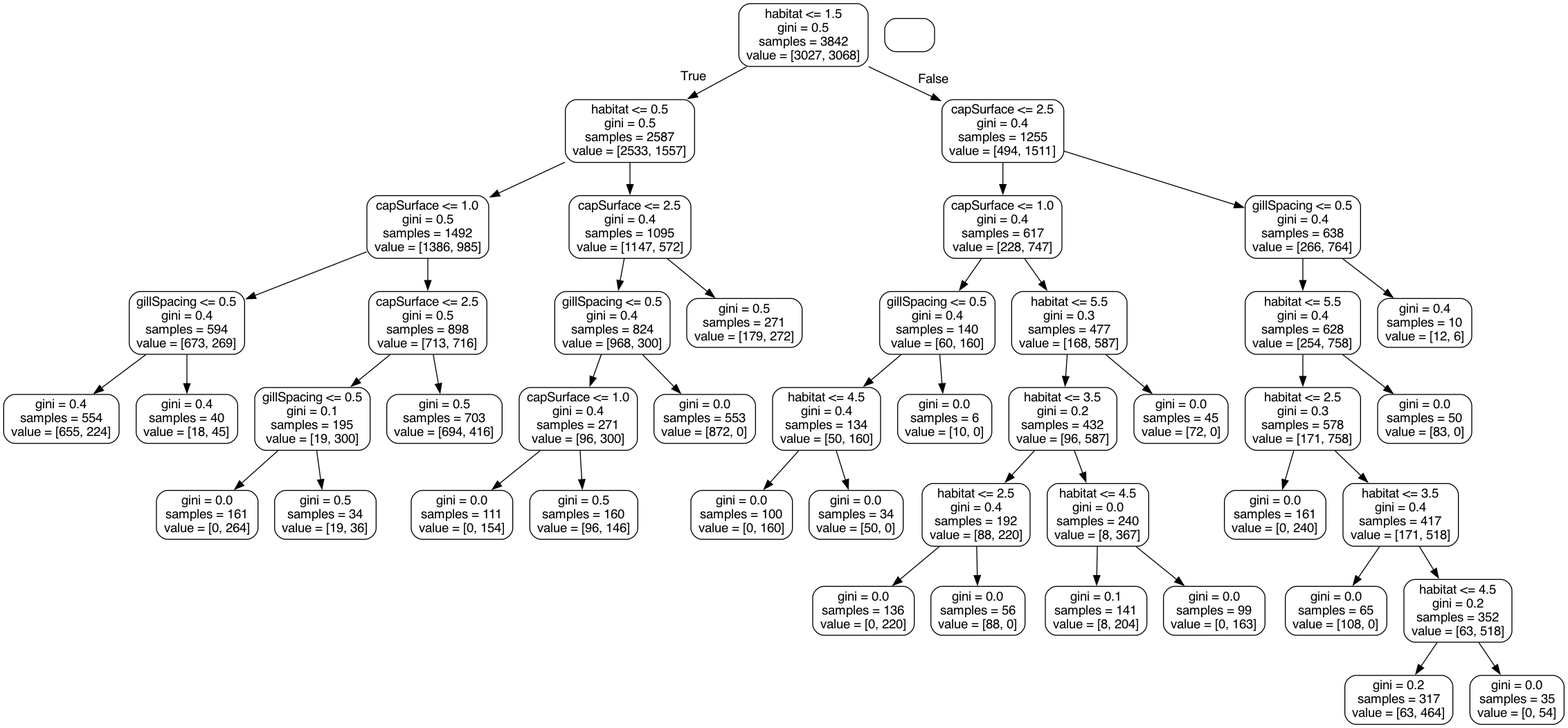
williamhenderson02/ML-Coursework-2022 keeps this Graphviz diagram as Images/tree.png. Above is the earlier version. Its source is kept beside it as tree.dot.
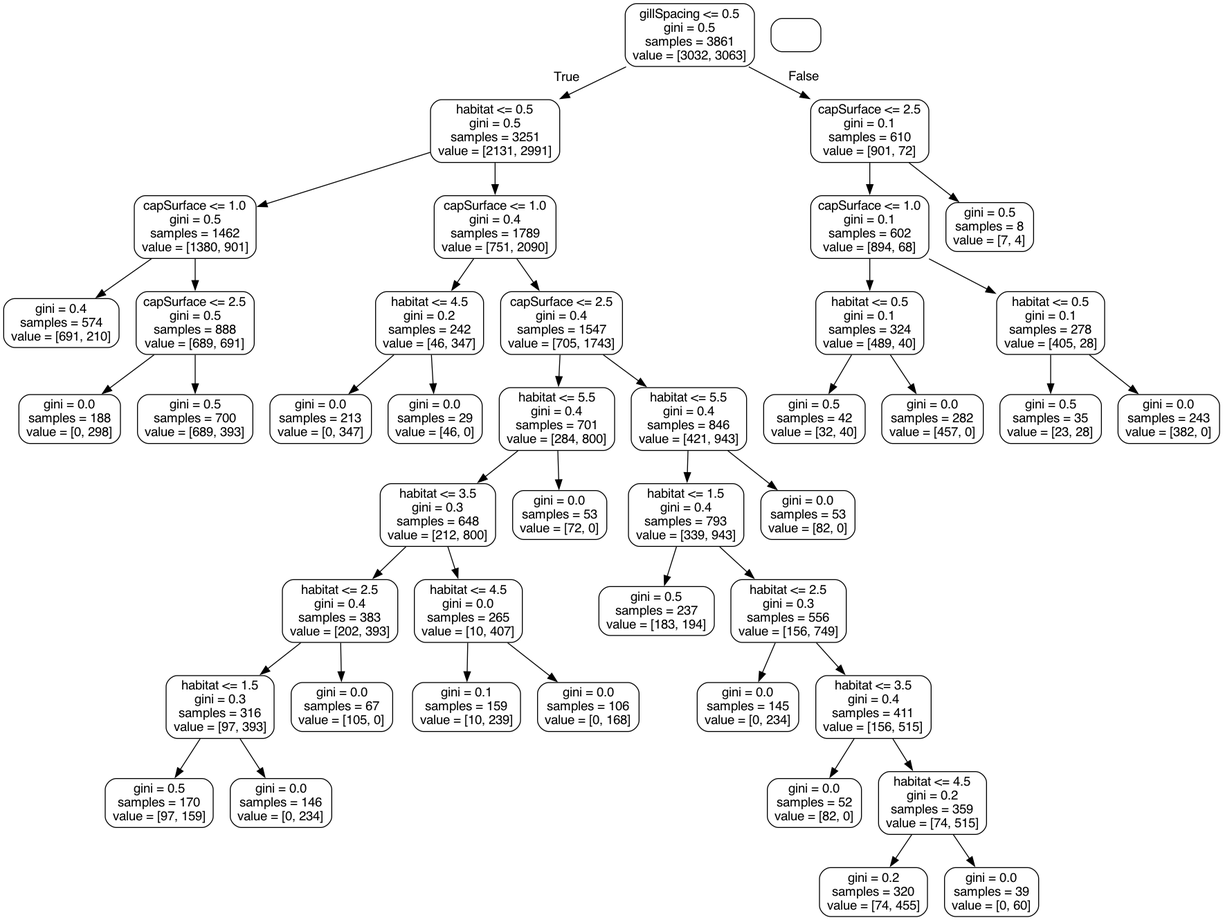
The same file after the commit.

What changed in the source:
```diff
@@ -1,93 +1,89 @@
 digraph Tree {
 node [shape=box, style="rounded", color="black", fontname="helvetica"] ;
 edge [fontname="helvetica"] ;
-0 [label="habitat <= 1.5\ngini = 0.5\nsamples = 3842\nvalue = [3027, 3068]"] ;
-1 [label="habitat <= 0.5\ngini = 0.5\nsamples = 2587\nvalue = [2533, 1557]"] ;
+0 [label="gillSpacing <= 0.5\ngini = 0.5\nsamples = 3861\nvalue = [3032, 3063]"] ;
+1 [label="habitat <= 0.5\ngini = 0.5\nsamples = 3251\nvalue = [2131, 2991]"] ;
 0 -> 1 [labeldistance=2.5, labelangle=45, headlabel="True"] ;
-2 [label="capSurface <= 1.0\ngini = 0.5\nsamples = 1492\nvalue = [1386, 985]"] ;
+2 [label="capSurface <= 1.0\ngini = 0.5\nsamples = 1462\nvalue = [1380, 901]"] ;
 1 -> 2 ;
-3 [label="gillSpacing <= 0.5\ngini = 0.4\nsamples = 594\nvalue = [673, 269]"] ;
+3 [label="gini = 0.4\nsamples = 574\nvalue = [691, 210]"] ;
 2 -> 3 ;
-4 [label="gini = 0.4\nsamples = 554\nvalue = [655, 224]"] ;
-3 -> 4 ;
-5 [label="gini = 0.4\nsamples = 40\nvalue = [18, 45]"] ;
-3 -> 5 ;
-6 [label="capSurface <= 2.5\ngini = 0.5\nsamples = 898\nvalue = [713, 716]"] ;
-2 -> 6 ;
-7 [label="gillSpacing <= 0.5\ngini = 0.1\nsamples = 195\nvalue = [19, 300]"] ;
-6 -> 7 ;
-8 [label="gini = 0.0\nsamples = 161\nvalue = [0, 264]"] ;
+4 [label="capSurface <= 2.5\ngini = 0.5\nsamples = 888\nvalue = [689, 691]"] ;
+2 -> 4 ;
+5 [label="gini = 0.0\nsamples = 188\nvalue = [0, 298]"] ;
+4 -> 5 ;
+6 [label="gini = 0.5\nsamples = 700\nvalue = [689, 393]"] ;
+4 -> 6 ;
+7 [label="capSurface <= 1.0\ngini = 0.4\nsamples = 1789\nvalue = [751, 2090]"] ;
+1 -> 7 ;
+8 [label="habitat <= 4.5\ngini = 0.2\nsamples = 242\nvalue = [46, 347]"] ;
 7 -> 8 ;
-9 [label="gini = 0.5\nsamples = 34\nvalue = [19, 36]"] ;
-7 -> 9 ;
-10 [label="gini = 0.5\nsamples = 703\nvalue = [694, 416]"] ;
-6 -> 10 ;
-11 [label="capSurface <= 2.5\ngini = 0.4\nsamples = 1095\nvalue = [1147, 572]"] ;
-1 -> 11 ;
-12 [label="gillSpacing <= 0.5\ngini = 0.4\nsamples = 824\nvalue = [968, 300]"] ;
+9 [label="gini = 0.0\nsamples = 213\nvalue = [0, 347]"] ;
+8 -> 9 ;
+10 [label="gini = 0.0\nsamples = 29\nvalue = [46, 0]"] ;
+8 -> 10 ;
+11 [label="capSurface <= 2.5\ngini = 0.4\nsamples = 1547\nvalue = [705, 1743]"] ;
+7 -> 11 ;
+12 [label="habitat <= 5.5\ngini = 0.4\nsamples = 701\nvalue = [284, 800]"] ;
 11 -> 12 ;
-13 [label="capSurface <= 1.0\ngini = 0.4\nsamples = 271\nvalue = [96, 300]"] ;
+13 [label="habitat <= 3.5\ngini = 0.3\nsamples = 648\nvalue = [212, 800]"] ;
 12 -> 13 ;
-14 [label="gini = 0.0\nsamples = 111\nvalue = [0, 154]"] ;
+14 [label="habitat <= 2.5\ngini = 0.4\nsamples = 383\nvalue = [202, 393]"] ;
 13 -> 14 ;
-15 [label="gini = 0.5\nsamples = 160\nvalue = [96, 146]"] ;
-13 -> 15 ;
-16 [label="gini = 0.0\nsamples = 553\nvalue = [872, 0]"] ;
-12 -> 16 ;
-17 [label="gini = 0.5\nsamples = 271\nvalue = [179, 272]"] ;
-11 -> 17 ;
-18 [label="capSurface <= 2.5\ngini = 0.4\nsamples = 1255\nvalue = [494, 1511]"] ;
-0 -> 18 [labeldistance=2.5, labelangle=-45, headlabel="False"] ;
-19 [label="capSurface <= 1.0\ngini = 0.4\nsamples = 617\nvalue = [228, 747]"] ;
-18 -> 19 ;
-20 [label="gillSpacing <= 0.5\ngini = 0.4\nsamples = 140\nvalue = [60, 160]"] ;
+15 [label="habitat <= 1.5\ngini = 0.3\nsamples = 316\nvalue = [97, 393]"] ;
+14 -> 15 ;
+16 [label="gini = 0.5\nsamples = 170\nvalue = [97, 159]"] ;
+15 -> 16 ;
+17 [label="gini = 0.0\nsamples = 146\nvalue = [0, 234]"] ;
+15 -> 17 ;
+18 [label="gini = 0.0\nsamples = 67\nvalue = [105, 0]"] ;
+14 -> 18 ;
+19 [label="habitat <= 4.5\ngini = 0.0\nsamples = 265\nvalue = [10, 407]"] ;
+13 -> 19 ;
+20 [label="gini = 0.1\nsamples = 159\nvalue = [10, 239]"] ;
 19 -> 20 ;
-21 [label="habitat <= 4.5\ngini = 0.4\nsamples = 134\nvalue = [50, 160]"] ;
-20 -> 21 ;
-22 [label="gini = 0.0\nsamples = 100\nvalue = [0, 160]"] ;
-21 -> 22 ;
-23 [label="gini = 0.0\nsamples = 34\nvalue = [50, 0]"] ;
-21 -> 23 ;
-24 [label="gini = 0.0\nsamples = 6\nvalue = [10, 0]"] ;
-20 -> 24 ;
-25 [label="habitat <= 5.5\ngini = 0.3\nsamples = 477\nvalue = [168, 587]"] ;
-19 -> 25 ;
-26 [label="habitat <= 3.5\ngini = 0.2\nsamples = 432\nvalue = [96, 587]"] ;
-25 -> 26 ;
-27 [label="habitat <= 2.5\ngini = 0.4\nsamples = 192\nvalue = [88, 220]"] ;
+21 [label="gini = 0.0\nsamples = 106\nvalue = [0, 168]"] ;
+19 -> 21 ;
+22 [label="gini = 0.0\nsamples = 53\nvalue = [72, 0]"] ;
+12 -> 22 ;
+23 [label="habitat <= 5.5\ngini = 0.4\nsamples = 846\nvalue = [421, 943]"] ;
+11 -> 23 ;
+24 [label="habitat <= 1.5\ngini = 0.4\nsamples = 793\nvalue = [339, 943]"] ;
+23 -> 24 ;
+25 [label="gini = 0.5\nsamples = 237\nvalue = [183, 194]"] ;
+24 -> 25 ;
+26 [label="habitat <= 2.5\ngini = 0.3\nsamples = 556\nvalue = [156, 749]"] ;
+24 -> 26 ;
+27 [label="gini = 0.0\nsamples = 145\nvalue = [0, 234]"] ;
 26 -> 27 ;
-28 [label="gini = 0.0\nsamples = 136\nvalue = [0, 220]"] ;
-27 -> 28 ;
-29 [label="gini = 0.0\nsamples = 56\nvalue = [88, 0]"] ;
-27 -> 29 ;
-30 [label="habitat <= 4.5\ngini = 0.0\nsamples = 240\nvalue = [8, 367]"] ;
-26 -> 30 ;
-31 [label="gini = 0.1\nsamples = 141\nvalue = [8, 204]"] ;
+28 [label="habitat <= 3.5\ngini = 0.4\nsamples = 411\nvalue = [156, 515]"] ;
+26 -> 28 ;
+29 [label="gini = 0.0\nsamples = 52\nvalue = [82, 0]"] ;
+28 -> 29 ;
+30 [label="habitat <= 4.5\ngini = 0.2\nsamples = 359\nvalue = [74, 515]"] ;
+28 -> 30 ;
+31 [label="gini = 0.2\nsamples = 320\nvalue = [74, 455]"] ;
 30 -> 31 ;
-32 [label="gini = 0.0\nsamples = 99\nvalue = [0, 163]"] ;
+32 [label="gini = 0.0\nsamples = 39\nvalue = [0, 60]"] ;
 30 -> 32 ;
-33 [label="gini = 0.0\nsamples = 45\nvalue = [72, 0]"] ;
-25 -> 33 ;
-34 [label="gillSpacing <= 0.5\ngini = 0.4\nsamples = 638\nvalue = [266, 764]"] ;
-18 -> 34 ;
-35 [label="habitat <= 5.5\ngini = 0.4\nsamples = 628\nvalue = [254, 758]"] ;
+33 [label="gini = 0.0\nsamples = 53\nvalue = [82, 0]"] ;
+23 -> 33 ;
+34 [label="capSurface <= 2.5\ngini = 0.1\nsamples = 610\nvalue = [901, 72]"] ;
+0 -> 34 [labeldistance=2.5, labelangle=-45, headlabel="False"] ;
+35 [label="capSurface <= 1.0\ngini = 0.1\nsamples = 602\nvalue = [894, 68]"] ;
 34 -> 35 ;
-36 [label="habitat <= 2.5\ngini = 0.3\nsamples = 578\nvalue = [171, 758]"] ;
+36 [label="habitat <= 0.5\ngini = 0.1\nsamples = 324\nvalue = [489, 40]"] ;
 35 -> 36 ;
-37 [label="gini = 0.0\nsamples = 161\nvalue = [0, 240]"] ;
+37 [label="gini = 0.5\nsamples = 42\nvalue = [32, 40]"] ;
 36 -> 37 ;
-38 [label="habitat <= 3.5\ngini = 0.4\nsamples = 417\nvalue = [171, 518]"] ;
+38 [label="gini = 0.0\nsamples = 282\nvalue = [457, 0]"] ;
 36 -> 38 ;
-39 [label="gini = 0.0\nsamples = 65\nvalue = [108, 0]"] ;
-38 -> 39 ;
-40 [label="habitat <= 4.5\ngini = 0.2\nsamples = 352\nvalue = [63, 518]"] ;
-38 -> 40 ;
-41 [label="gini = 0.2\nsamples = 317\nvalue = [63, 464]"] ;
-40 -> 41 ;
-42 [label="gini = 0.0\nsamples = 35\nvalue = [0, 54]"] ;
-40 -> 42 ;
-43 [label="gini = 0.0\nsamples = 50\nvalue = [83, 0]"] ;
-35 -> 43 ;
-44 [label="gini = 0.4\nsamples = 10\nvalue = [12, 6]"] ;
-34 -> 44 ;
+39 [label="habitat <= 0.5\ngini = 0.1\nsamples = 278\nvalue = [405, 28]"] ;
+35 -> 39 ;
+40 [label="gini = 0.5\nsamples = 35\nvalue = [23, 28]"] ;
+39 -> 40 ;
+41 [label="gini = 0.0\nsamples = 243\nvalue = [382, 0]"] ;
+39 -> 41 ;
+42 [label="gini = 0.5\nsamples = 8\nvalue = [7, 4]"] ;
+34 -> 42 ;
 }
```
